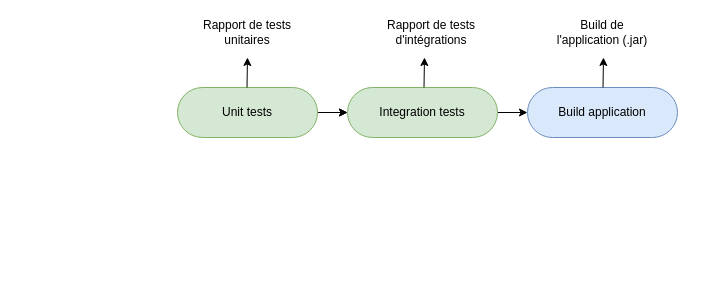
This is Testing UT pipeline.drawio from cjour/audit_logistics, a draw.io file, before an edit. Source tidied: cells renumbered, new cells numbered last; positions are measured from the earlier drawing's top-left corner, leaving out a move shared by most shapes. Both pictures are drawn from the tidied source at 100%, with x=0, y=0 at pixel (177, 17).
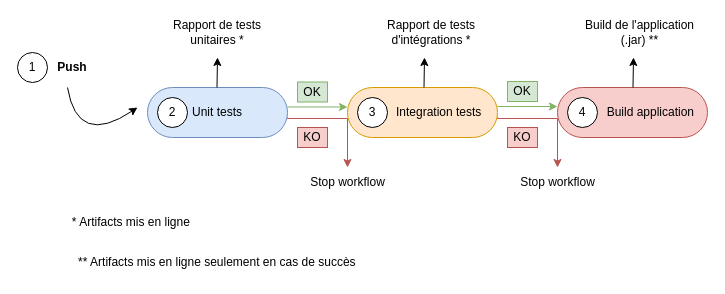
After the change.

Commit message:
Mettre à jour Testing UT pipeline.drawio

What changed in the source:
```diff
@@
-    <mxCell id="2" value="Build application" style="rounded=1;whiteSpace=wrap;html=1;arcSize=50;fillColor=#dae8fc;strokeColor=#6c8ebf;" parent="1" vertex="1">
-      <mxGeometry x="350" y="70" width="150" height="50" as="geometry" />
+    <mxCell id="2" value="&lt;span style=&quot;white-space: pre;&quot;&gt;&#9;&lt;/span&gt;&amp;nbsp;&amp;nbsp; Build application" style="rounded=1;whiteSpace=wrap;html=1;arcSize=50;fillColor=#f8cecc;strokeColor=#b85450;" parent="1" vertex="1">
+      <mxGeometry x="380" y="70" width="150" height="50" as="geometry" />
     </mxCell>
-    <mxCell id="3" style="endArrow=classic;html=1;rounded=0;entryX=0;entryY=0.5;entryDx=0;entryDy=0;exitX=1;exitY=0.5;exitDx=0;exitDy=0;" parent="1" edge="1" source="4" target="2">
-      <mxGeometry relative="1" as="geometry" />
+    <mxCell id="3" style="endArrow=classic;html=1;rounded=0;entryX=0;entryY=0.5;entryDx=0;entryDy=0;exitX=1;exitY=0.5;exitDx=0;exitDy=0;fillColor=#d5e8d4;strokeColor=#82b366;" parent="1" edge="1">
+      <mxGeometry relative="1" as="geometry">
+        <mxPoint x="320" y="89" as="sourcePoint" />
+        <mxPoint x="380" y="89" as="targetPoint" />
+      </mxGeometry>
     </mxCell>
-    <mxCell id="4" value="Integration tests" style="rounded=1;whiteSpace=wrap;html=1;arcSize=50;fillColor=#d5e8d4;strokeColor=#82b366;" parent="1" vertex="1">
+    <mxCell id="4" value="&lt;span style=&quot;white-space: pre;&quot;&gt;&#9;&lt;/span&gt;&amp;nbsp; Integration tests" style="rounded=1;whiteSpace=wrap;html=1;arcSize=50;fillColor=#ffe6cc;strokeColor=#d79b00;" parent="1" vertex="1">
       <mxGeometry x="170" y="70" width="150" height="50" as="geometry" />
     </mxCell>
-    <mxCell id="5" style="endArrow=classic;html=1;rounded=0;entryX=0;entryY=0.5;entryDx=0;entryDy=0;exitX=1;exitY=0.5;exitDx=0;exitDy=0;" parent="1" edge="1" source="7" target="4">
-      <mxGeometry relative="1" as="geometry" />
-    </mxCell>
-    <mxCell id="6" style="edgeStyle=orthogonalEdgeStyle;rounded=0;jettySize=auto;html=1;" parent="1" edge="1" source="7" target="4">
-      <mxGeometry relative="1" as="geometry" />
+    <mxCell id="6" style="edgeStyle=orthogonalEdgeStyle;rounded=0;orthogonalLoop=1;jettySize=auto;html=1;fillColor=#d5e8d4;strokeColor=#82b366;" parent="1" edge="1">
+      <mxGeometry relative="1" as="geometry">
+        <mxPoint x="110" y="89.5" as="sourcePoint" />
+        <mxPoint x="170" y="89.5" as="targetPoint" />
+      </mxGeometry>
     </mxCell>
-    <mxCell id="7" value="Unit tests" style="rounded=1;whiteSpace=wrap;html=1;arcSize=50;fillColor=#d5e8d4;strokeColor=#82b366;" parent="1" vertex="1">
-      <mxGeometry y="70" width="140" height="50" as="geometry" />
+    <mxCell id="7" value="Unit tests" style="rounded=1;whiteSpace=wrap;html=1;arcSize=50;fillColor=#dae8fc;strokeColor=#6c8ebf;" parent="1" vertex="1">
+      <mxGeometry x="-30" y="70" width="140" height="50" as="geometry" />
     </mxCell>
     <mxCell id="8" style="endArrow=classic;html=1;rounded=0;" parent="1" edge="1">
       <mxGeometry relative="1" as="geometry">
-        <mxPoint x="69.5" y="70" as="sourcePoint" />
-        <mxPoint x="70" y="40" as="targetPoint" />
+        <mxPoint x="39.5" y="70" as="sourcePoint" />
+        <mxPoint x="40" y="40" as="targetPoint" />
       </mxGeometry>
     </mxCell>
@@
     <mxCell id="10" style="endArrow=classic;html=1;rounded=0;" parent="1" edge="1">
       <mxGeometry relative="1" as="geometry">
-        <mxPoint x="425.5" y="70" as="sourcePoint" />
-        <mxPoint x="426" y="40" as="targetPoint" />
+        <mxPoint x="455.5" y="70" as="sourcePoint" />
+        <mxPoint x="456" y="40" as="targetPoint" />
       </mxGeometry>
     </mxCell>
-    <mxCell id="11" value="Rapport de tests unitaires" style="text;html=1;strokeColor=none;fillColor=none;align=center;verticalAlign=middle;whiteSpace=wrap;rounded=0;" parent="1" vertex="1">
-      <mxGeometry x="20" width="100" height="30" as="geometry" />
+    <mxCell id="11" value="Rapport de tests unitaires *" style="text;html=1;strokeColor=none;fillColor=none;align=center;verticalAlign=middle;whiteSpace=wrap;rounded=0;" parent="1" vertex="1">
+      <mxGeometry x="-10" width="100" height="30" as="geometry" />
     </mxCell>
-    <mxCell id="12" value="Build de l'application (.jar)" style="text;html=1;strokeColor=none;fillColor=none;align=center;verticalAlign=middle;whiteSpace=wrap;rounded=0;" parent="1" vertex="1">
-      <mxGeometry x="375" width="100" height="30" as="geometry" />
+    <mxCell id="12" value="Build de l'application (.jar) **" style="text;html=1;strokeColor=none;fillColor=none;align=center;verticalAlign=middle;whiteSpace=wrap;rounded=0;" parent="1" vertex="1">
+      <mxGeometry x="405" width="115" height="30" as="geometry" />
     </mxCell>
-    <mxCell id="13" value="Rapport de tests d'intégrations" style="text;html=1;strokeColor=none;fillColor=none;align=center;verticalAlign=middle;whiteSpace=wrap;rounded=0;" parent="1" vertex="1">
+    <mxCell id="13" value="Rapport de tests d'intégrations *" style="text;html=1;strokeColor=none;fillColor=none;align=center;verticalAlign=middle;whiteSpace=wrap;rounded=0;" parent="1" vertex="1">
       <mxGeometry x="204" width="100" height="30" as="geometry" />
     </mxCell>
+    <mxCell id="14" value="&lt;b&gt;Push&lt;/b&gt;" style="text;html=1;strokeColor=none;fillColor=none;align=center;verticalAlign=middle;whiteSpace=wrap;rounded=0;" parent="1" vertex="1">
+      <mxGeometry x="-130" y="30" width="50" height="40" as="geometry" />
+    </mxCell>
+    <mxCell id="15" style="curved=1;endArrow=classic;html=1;rounded=0;exitX=0.5;exitY=1;exitDx=0;exitDy=0;" parent="1" edge="1">
+      <mxGeometry relative="1" as="geometry">
+        <mxPoint x="-110" y="70" as="sourcePoint" />
+        <mxPoint x="-40" y="90" as="targetPoint" />
+        <Array as="points">
+          <mxPoint x="-100" y="130" />
+        </Array>
+      </mxGeometry>
+    </mxCell>
+    <mxCell id="16" value="* Artifacts mis en ligne&amp;nbsp; " style="text;html=1;align=center;verticalAlign=middle;strokeColor=none;fillColor=none;" parent="1" vertex="1">
+      <mxGeometry x="-120.5" y="190" width="150" height="30" as="geometry" />
+    </mxCell>
+    <mxCell id="17" value="&lt;div&gt;** Artifacts mis en ligne seulement en cas de succès&amp;nbsp; &lt;/div&gt;" style="text;html=1;align=center;verticalAlign=middle;strokeColor=none;fillColor=none;" parent="1" vertex="1">
+      <mxGeometry x="-119.5" y="230" width="320" height="30" as="geometry" />
+    </mxCell>
+    <mxCell id="18" value="OK" style="text;html=1;strokeColor=#82b366;fillColor=#d5e8d4;align=center;verticalAlign=middle;whiteSpace=wrap;rounded=0;" parent="1" vertex="1">
+      <mxGeometry x="120" y="64.5" width="30" height="20" as="geometry" />
+    </mxCell>
+    <mxCell id="19" value="OK" style="text;html=1;strokeColor=#82b366;fillColor=#d5e8d4;align=center;verticalAlign=middle;whiteSpace=wrap;rounded=0;" parent="1" vertex="1">
+      <mxGeometry x="330" y="64" width="30" height="20" as="geometry" />
+    </mxCell>
+    <mxCell id="20" style="edgeStyle=orthogonalEdgeStyle;rounded=0;jettySize=auto;html=1;fillColor=#f8cecc;strokeColor=#b85450;exitX=1;exitY=0.6;exitDx=0;exitDy=0;exitPerimeter=0;" parent="1" edge="1" source="7">
+      <mxGeometry relative="1" as="geometry">
+        <mxPoint x="170" y="150" as="targetPoint" />
+        <Array as="points">
+          <mxPoint x="110" y="101" />
+          <mxPoint x="170" y="101" />
+        </Array>
+      </mxGeometry>
+    </mxCell>
+    <mxCell id="21" style="edgeStyle=orthogonalEdgeStyle;rounded=0;orthogonalLoop=1;jettySize=auto;html=1;fillColor=#f8cecc;strokeColor=#b85450;exitX=1;exitY=0.6;exitDx=0;exitDy=0;exitPerimeter=0;" parent="1" edge="1">
+      <mxGeometry relative="1" as="geometry">
+        <mxPoint x="320" y="100" as="sourcePoint" />
+        <mxPoint x="380" y="150" as="targetPoint" />
+        <Array as="points">
+          <mxPoint x="320" y="101" />
+          <mxPoint x="380" y="101" />
+        </Array>
+      </mxGeometry>
+    </mxCell>
+    <mxCell id="22" value="KO" style="text;html=1;strokeColor=#b85450;fillColor=#f8cecc;align=center;verticalAlign=middle;whiteSpace=wrap;rounded=0;" parent="1" vertex="1">
+      <mxGeometry x="120" y="110" width="30" height="20" as="geometry" />
+    </mxCell>
+    <mxCell id="23" value="KO" style="text;html=1;strokeColor=#b85450;fillColor=#f8cecc;align=center;verticalAlign=middle;whiteSpace=wrap;rounded=0;" parent="1" vertex="1">
+      <mxGeometry x="330" y="110" width="30" height="20" as="geometry" />
+    </mxCell>
+    <mxCell id="24" value="Stop workflow" style="text;html=1;align=center;verticalAlign=middle;strokeColor=none;fillColor=none;" parent="1" vertex="1">
+      <mxGeometry x="120" y="150" width="100" height="30" as="geometry" />
+    </mxCell>
+    <mxCell id="25" value="Stop workflow" style="text;html=1;align=center;verticalAlign=middle;strokeColor=none;fillColor=none;" parent="1" vertex="1">
+      <mxGeometry x="330" y="150" width="100" height="30" as="geometry" />
+    </mxCell>
+    <mxCell id="26" value="1" style="ellipse;whiteSpace=wrap;html=1;" parent="1" vertex="1">
+      <mxGeometry x="-160" y="35" width="30" height="30" as="geometry" />
+    </mxCell>
+    <mxCell id="27" value="2" style="ellipse;whiteSpace=wrap;html=1;" parent="1" vertex="1">
+      <mxGeometry x="-20" y="80" width="30" height="30" as="geometry" />
+    </mxCell>
+    <mxCell id="28" value="3" style="ellipse;whiteSpace=wrap;html=1;" parent="1" vertex="1">
+      <mxGeometry x="180" y="80" width="30" height="30" as="geometry" />
+    </mxCell>
+    <mxCell id="29" value="4" style="ellipse;whiteSpace=wrap;html=1;" parent="1" vertex="1">
+      <mxGeometry x="390" y="80" width="30" height="30" as="geometry" />
+    </mxCell>
```
